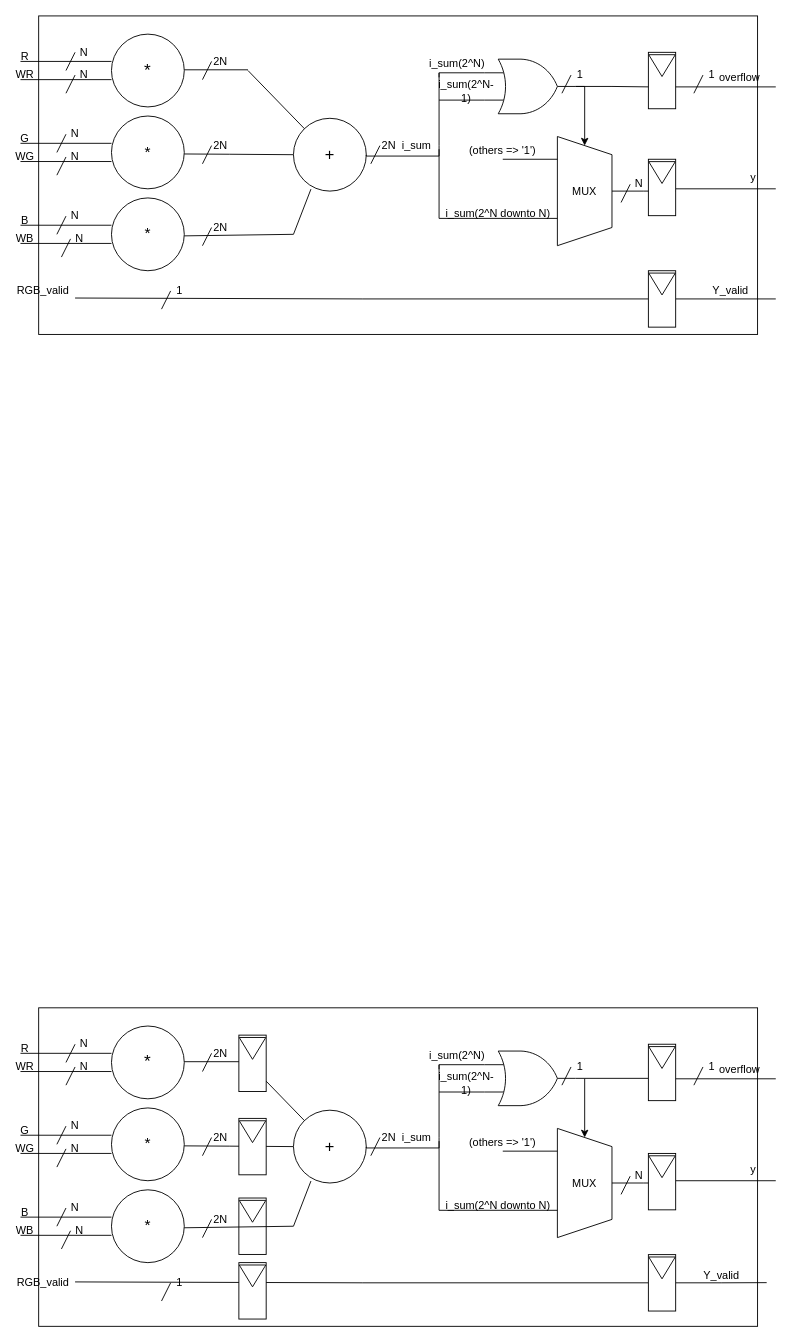
Earlier version of the draw.io diagram Oblig9/IN3160-oblig9-datapath-pipelined.drawio (jrundht/IN3160). Source tidied: cells renumbered, new cells numbered last; positions are measured from the earlier drawing's top-left corner, leaving out a move shared by most shapes. Both pictures are drawn from the tidied source at 91%, with x=0, y=0 at pixel (20, 15).
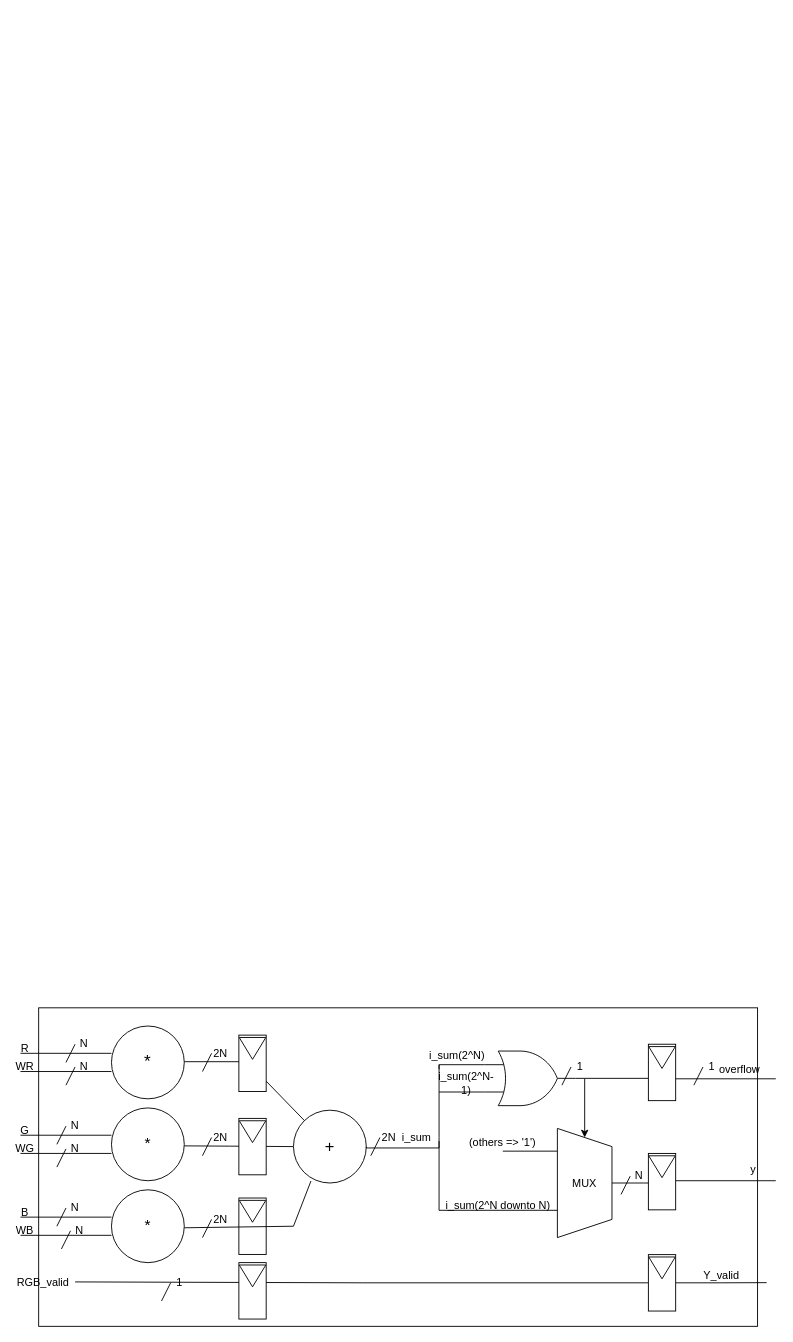
After the change.

Diff of the diagram source:
```diff
@@
-    <mxCell id="2" style="group;" parent="1" vertex="1">
-      <mxGeometry width="830" height="350" as="geometry" />
-    </mxCell>
-    <mxCell id="3" style="rounded=0;whiteSpace=wrap;html=1;" parent="2" vertex="1">
-      <mxGeometry x="20" width="790" height="350" as="geometry" />
-    </mxCell>
-    <mxCell id="4" style="group;" parent="2" vertex="1">
-      <mxGeometry x="690" y="280" width="30" height="62" as="geometry" />
-    </mxCell>
-    <mxCell id="5" style="edgeStyle=orthogonalEdgeStyle;rounded=0;jettySize=auto;html=1;exitX=1;exitY=0.5;exitDx=0;exitDy=0;endArrow=none;endFill=0;" parent="4" edge="1" source="7">
-      <mxGeometry relative="1" as="geometry">
-        <mxPoint x="140" y="31" as="targetPoint" />
-      </mxGeometry>
-    </mxCell>
-    <mxCell id="6" style="edgeStyle=orthogonalEdgeStyle;rounded=0;jettySize=auto;html=1;exitX=0;exitY=0.5;exitDx=0;exitDy=0;endArrow=none;endFill=0;" parent="4" edge="1" source="7">
-      <mxGeometry relative="1" as="geometry">
-        <mxPoint x="-630" y="30" as="targetPoint" />
-      </mxGeometry>
-    </mxCell>
-    <mxCell id="7" style="rounded=0;whiteSpace=wrap;html=1;" parent="4" vertex="1">
-      <mxGeometry width="30" height="62" as="geometry" />
-    </mxCell>
-    <mxCell id="8" style="triangle;whiteSpace=wrap;html=1;rotation=90;" parent="4" vertex="1">
-      <mxGeometry x="3" width="24" height="29.2" as="geometry" />
-    </mxCell>
-    <mxCell id="9" value="RGB_valid" style="text;html=1;align=center;verticalAlign=middle;whiteSpace=wrap;rounded=0;" parent="2" vertex="1">
-      <mxGeometry x="20" y="297.2" width="10" height="10" as="geometry" />
-    </mxCell>
-    <mxCell id="10" value="Y_valid" style="text;html=1;align=center;verticalAlign=middle;strokeColor=none;fillColor=none;" parent="2" vertex="1">
-      <mxGeometry x="750" y="287.2" width="60" height="30" as="geometry" />
-    </mxCell>
-    <mxCell id="11" style="endArrow=none;html=1;rounded=0;" parent="2" edge="1">
-      <mxGeometry relative="1" as="geometry">
-        <mxPoint y="50" as="sourcePoint" />
-        <mxPoint x="100" y="50" as="targetPoint" />
-      </mxGeometry>
-    </mxCell>
-    <mxCell id="12" style="endArrow=none;html=1;rounded=0;" parent="2" edge="1">
-      <mxGeometry relative="1" as="geometry">
-        <mxPoint y="70" as="sourcePoint" />
-        <mxPoint x="100" y="70" as="targetPoint" />
-      </mxGeometry>
-    </mxCell>
-    <mxCell id="13" style="endArrow=none;html=1;rounded=0;" parent="2" edge="1">
-      <mxGeometry relative="1" as="geometry">
-        <mxPoint y="140" as="sourcePoint" />
-        <mxPoint x="100" y="140" as="targetPoint" />
-      </mxGeometry>
-    </mxCell>
-    <mxCell id="14" style="endArrow=none;html=1;rounded=0;" parent="2" edge="1">
-      <mxGeometry relative="1" as="geometry">
-        <mxPoint y="160" as="sourcePoint" />
-        <mxPoint x="100" y="160" as="targetPoint" />
-      </mxGeometry>
-    </mxCell>
-    <mxCell id="15" style="endArrow=none;html=1;rounded=0;" parent="2" edge="1">
-      <mxGeometry relative="1" as="geometry">
-        <mxPoint y="230" as="sourcePoint" />
-        <mxPoint x="100" y="230" as="targetPoint" />
-      </mxGeometry>
-    </mxCell>
-    <mxCell id="16" style="endArrow=none;html=1;rounded=0;" parent="2" edge="1">
-      <mxGeometry relative="1" as="geometry">
-        <mxPoint y="250" as="sourcePoint" />
-        <mxPoint x="100" y="250" as="targetPoint" />
-      </mxGeometry>
-    </mxCell>
-    <mxCell id="17" value="R" style="text;html=1;align=center;verticalAlign=middle;whiteSpace=wrap;rounded=0;" parent="2" vertex="1">
-      <mxGeometry y="40" width="10" height="10" as="geometry" />
-    </mxCell>
-    <mxCell id="18" value="G" style="text;html=1;align=center;verticalAlign=middle;whiteSpace=wrap;rounded=0;" parent="2" vertex="1">
-      <mxGeometry y="130" width="10" height="10" as="geometry" />
-    </mxCell>
-    <mxCell id="19" value="WR" style="text;html=1;align=center;verticalAlign=middle;whiteSpace=wrap;rounded=0;" parent="2" vertex="1">
-      <mxGeometry y="60" width="10" height="10" as="geometry" />
-    </mxCell>
-    <mxCell id="20" value="WG" style="text;html=1;align=center;verticalAlign=middle;whiteSpace=wrap;rounded=0;" parent="2" vertex="1">
-      <mxGeometry y="150" width="10" height="10" as="geometry" />
-    </mxCell>
-    <mxCell id="21" value="&lt;div&gt;B&lt;/div&gt;" style="text;html=1;align=center;verticalAlign=middle;whiteSpace=wrap;rounded=0;" parent="2" vertex="1">
-      <mxGeometry y="220" width="10" height="10" as="geometry" />
-    </mxCell>
-    <mxCell id="22" value="WB" style="text;html=1;align=center;verticalAlign=middle;whiteSpace=wrap;rounded=0;" parent="2" vertex="1">
-      <mxGeometry y="240" width="10" height="10" as="geometry" />
-    </mxCell>
-    <mxCell id="23" value="&lt;font style=&quot;font-size: 19px;&quot;&gt;*&lt;/font&gt;" style="ellipse;whiteSpace=wrap;html=1;" parent="2" vertex="1">
-      <mxGeometry x="100" y="20" width="80" height="80" as="geometry" />
-    </mxCell>
-    <mxCell id="24" value="&lt;font style=&quot;font-size: 17px;&quot;&gt;*&lt;/font&gt;" style="ellipse;whiteSpace=wrap;html=1;" parent="2" vertex="1">
-      <mxGeometry x="100" y="110" width="80" height="80" as="geometry" />
-    </mxCell>
-    <mxCell id="25" value="&lt;font style=&quot;font-size: 17px;&quot;&gt;*&lt;/font&gt;" style="ellipse;whiteSpace=wrap;html=1;" parent="2" vertex="1">
-      <mxGeometry x="100" y="200" width="80" height="80" as="geometry" />
-    </mxCell>
-    <mxCell id="26" style="endArrow=none;html=1;rounded=0;" parent="2" edge="1">
-      <mxGeometry relative="1" as="geometry">
-        <mxPoint x="50" y="60" as="sourcePoint" />
-        <mxPoint x="60" y="40" as="targetPoint" />
-      </mxGeometry>
-    </mxCell>
-    <mxCell id="27" value="N" style="text;html=1;align=center;verticalAlign=middle;whiteSpace=wrap;rounded=0;" parent="2" vertex="1">
-      <mxGeometry x="60" y="35" width="20" height="10" as="geometry" />
-    </mxCell>
-    <mxCell id="28" style="endArrow=none;html=1;rounded=0;" parent="2" edge="1">
-      <mxGeometry relative="1" as="geometry">
-        <mxPoint x="50" y="85" as="sourcePoint" />
-        <mxPoint x="60" y="65" as="targetPoint" />
-      </mxGeometry>
-    </mxCell>
-    <mxCell id="29" value="N" style="text;html=1;align=center;verticalAlign=middle;whiteSpace=wrap;rounded=0;" parent="2" vertex="1">
-      <mxGeometry x="60" y="60" width="20" height="10" as="geometry" />
-    </mxCell>
-    <mxCell id="30" style="endArrow=none;html=1;rounded=0;" parent="2" edge="1">
-      <mxGeometry relative="1" as="geometry">
-        <mxPoint x="40" y="150" as="sourcePoint" />
-        <mxPoint x="50" y="130" as="targetPoint" />
-      </mxGeometry>
-    </mxCell>
-    <mxCell id="31" value="N" style="text;html=1;align=center;verticalAlign=middle;whiteSpace=wrap;rounded=0;" parent="2" vertex="1">
-      <mxGeometry x="50" y="125" width="20" height="10" as="geometry" />
-    </mxCell>
-    <mxCell id="32" style="endArrow=none;html=1;rounded=0;" parent="2" edge="1">
-      <mxGeometry relative="1" as="geometry">
-        <mxPoint x="40" y="175" as="sourcePoint" />
-        <mxPoint x="50" y="155" as="targetPoint" />
-      </mxGeometry>
-    </mxCell>
-    <mxCell id="33" value="N" style="text;html=1;align=center;verticalAlign=middle;whiteSpace=wrap;rounded=0;" parent="2" vertex="1">
-      <mxGeometry x="50" y="150" width="20" height="10" as="geometry" />
-    </mxCell>
-    <mxCell id="34" style="endArrow=none;html=1;rounded=0;" parent="2" edge="1">
-      <mxGeometry relative="1" as="geometry">
-        <mxPoint x="40" y="240" as="sourcePoint" />
-        <mxPoint x="50" y="220" as="targetPoint" />
-      </mxGeometry>
-    </mxCell>
-    <mxCell id="35" value="N" style="text;html=1;align=center;verticalAlign=middle;whiteSpace=wrap;rounded=0;" parent="2" vertex="1">
-      <mxGeometry x="50" y="215" width="20" height="10" as="geometry" />
-    </mxCell>
-    <mxCell id="36" style="endArrow=none;html=1;rounded=0;" parent="2" edge="1">
-      <mxGeometry relative="1" as="geometry">
-        <mxPoint x="45" y="265" as="sourcePoint" />
-        <mxPoint x="55" y="245" as="targetPoint" />
-      </mxGeometry>
-    </mxCell>
-    <mxCell id="37" value="N" style="text;html=1;align=center;verticalAlign=middle;whiteSpace=wrap;rounded=0;" parent="2" vertex="1">
-      <mxGeometry x="55" y="240" width="20" height="10" as="geometry" />
-    </mxCell>
-    <mxCell id="38" style="endArrow=none;html=1;rounded=0;" parent="2" edge="1">
-      <mxGeometry relative="1" as="geometry">
-        <mxPoint x="180" y="59.2" as="sourcePoint" />
-        <mxPoint x="250" y="59.2" as="targetPoint" />
-      </mxGeometry>
-    </mxCell>
-    <mxCell id="39" style="endArrow=none;html=1;rounded=0;" parent="2" edge="1">
-      <mxGeometry relative="1" as="geometry">
-        <mxPoint x="200" y="70" as="sourcePoint" />
-        <mxPoint x="210" y="50" as="targetPoint" />
-      </mxGeometry>
-    </mxCell>
-    <mxCell id="40" value="2N" style="text;html=1;align=center;verticalAlign=middle;whiteSpace=wrap;rounded=0;" parent="2" vertex="1">
-      <mxGeometry x="210" y="45" width="20" height="10" as="geometry" />
-    </mxCell>
-    <mxCell id="41" style="endArrow=none;html=1;rounded=0;entryX=0;entryY=0.5;entryDx=0;entryDy=0;" parent="2" edge="1" target="47">
-      <mxGeometry relative="1" as="geometry">
-        <mxPoint x="180" y="151.7" as="sourcePoint" />
-        <Array as="points">
-          <mxPoint x="230" y="152" />
-        </Array>
-      </mxGeometry>
-    </mxCell>
-    <mxCell id="42" style="endArrow=none;html=1;rounded=0;" parent="2" edge="1">
-      <mxGeometry relative="1" as="geometry">
-        <mxPoint x="200" y="162.5" as="sourcePoint" />
-        <mxPoint x="210" y="142.5" as="targetPoint" />
-      </mxGeometry>
-    </mxCell>
-    <mxCell id="43" value="2N" style="text;html=1;align=center;verticalAlign=middle;whiteSpace=wrap;rounded=0;" parent="2" vertex="1">
-      <mxGeometry x="210" y="137.5" width="20" height="10" as="geometry" />
-    </mxCell>
-    <mxCell id="44" style="endArrow=none;html=1;rounded=0;" parent="2" edge="1">
-      <mxGeometry relative="1" as="geometry">
-        <mxPoint x="180" y="241.7" as="sourcePoint" />
-        <mxPoint x="300" y="240" as="targetPoint" />
-      </mxGeometry>
-    </mxCell>
-    <mxCell id="45" style="endArrow=none;html=1;rounded=0;" parent="2" edge="1">
-      <mxGeometry relative="1" as="geometry">
-        <mxPoint x="200" y="252.5" as="sourcePoint" />
-        <mxPoint x="210" y="232.5" as="targetPoint" />
-      </mxGeometry>
-    </mxCell>
-    <mxCell id="46" value="2N" style="text;html=1;align=center;verticalAlign=middle;whiteSpace=wrap;rounded=0;" parent="2" vertex="1">
-      <mxGeometry x="210" y="227.5" width="20" height="10" as="geometry" />
-    </mxCell>
-    <mxCell id="47" value="&lt;font style=&quot;font-size: 18px;&quot;&gt;+&lt;/font&gt;" style="ellipse;whiteSpace=wrap;html=1;" parent="2" vertex="1">
-      <mxGeometry x="300" y="112.5" width="80" height="80" as="geometry" />
-    </mxCell>
-    <mxCell id="48" style="endArrow=none;html=1;rounded=0;" parent="2" edge="1" source="47">
-      <mxGeometry relative="1" as="geometry">
-        <mxPoint x="250" y="60" as="targetPoint" />
-      </mxGeometry>
-    </mxCell>
-    <mxCell id="49" style="endArrow=none;html=1;rounded=0;" parent="2" edge="1">
-      <mxGeometry relative="1" as="geometry">
-        <mxPoint x="385" y="162.5" as="sourcePoint" />
-        <mxPoint x="395" y="142.5" as="targetPoint" />
-      </mxGeometry>
-    </mxCell>
-    <mxCell id="50" value="2N" style="text;html=1;align=center;verticalAlign=middle;whiteSpace=wrap;rounded=0;" parent="2" vertex="1">
-      <mxGeometry x="395" y="137.5" width="20" height="10" as="geometry" />
-    </mxCell>
-    <mxCell id="51" style="edgeStyle=orthogonalEdgeStyle;rounded=0;jettySize=auto;html=1;exitX=0;exitY=0.25;exitDx=0;exitDy=0;exitPerimeter=0;endArrow=none;endFill=0;" parent="2" edge="1" source="55">
-      <mxGeometry relative="1" as="geometry">
-        <mxPoint x="460" y="67.5" as="targetPoint" />
-        <Array as="points">
-          <mxPoint x="460" y="62.5" />
-        </Array>
-      </mxGeometry>
-    </mxCell>
-    <mxCell id="52" style="edgeStyle=orthogonalEdgeStyle;rounded=0;jettySize=auto;html=1;exitX=0;exitY=0.75;exitDx=0;exitDy=0;exitPerimeter=0;endArrow=none;endFill=0;" parent="2" edge="1" source="55">
-      <mxGeometry relative="1" as="geometry">
-        <mxPoint x="460" y="92.5" as="targetPoint" />
-      </mxGeometry>
-    </mxCell>
-    <mxCell id="53" style="edgeStyle=orthogonalEdgeStyle;rounded=0;jettySize=auto;html=1;entryX=0;entryY=0.5;entryDx=0;entryDy=0;exitX=1;exitY=0.5;exitDx=0;exitDy=0;exitPerimeter=0;" parent="2" edge="1" source="55" target="61">
-      <mxGeometry relative="1" as="geometry">
-        <Array as="points">
-          <mxPoint x="620" y="77.5" />
-        </Array>
-      </mxGeometry>
-    </mxCell>
-    <mxCell id="54" style="edgeStyle=orthogonalEdgeStyle;rounded=0;jettySize=auto;html=1;endArrow=none;endFill=0;entryX=0.057;entryY=0.65;entryDx=0;entryDy=0;entryPerimeter=0;" parent="2" edge="1" source="55" target="87">
-      <mxGeometry relative="1" as="geometry">
-        <Array as="points">
-          <mxPoint x="650" y="78" />
-          <mxPoint x="692" y="78" />
-        </Array>
-      </mxGeometry>
-    </mxCell>
-    <mxCell id="55" style="verticalLabelPosition=bottom;shadow=0;dashed=0;align=center;html=1;verticalAlign=top;shape=mxgraph.electrical.logic_gates.logic_gate;operation=or;" parent="2" vertex="1">
-      <mxGeometry x="510" y="47.5" width="100" height="60" as="geometry" />
-    </mxCell>
-    <mxCell id="56" style="endArrow=none;html=1;rounded=0;" parent="2" edge="1">
-      <mxGeometry relative="1" as="geometry">
-        <mxPoint x="460" y="142.5" as="sourcePoint" />
-        <mxPoint x="460" y="62.5" as="targetPoint" />
-      </mxGeometry>
-    </mxCell>
-    <mxCell id="57" value="&lt;div&gt;i_sum(2^N)&lt;/div&gt;" style="text;html=1;align=center;verticalAlign=middle;whiteSpace=wrap;rounded=0;" parent="2" vertex="1">
-      <mxGeometry x="475" y="47.5" width="10" height="10" as="geometry" />
-    </mxCell>
-    <mxCell id="58" value="&lt;div&gt;i_sum(2^N-1)&lt;/div&gt;" style="text;html=1;align=center;verticalAlign=middle;whiteSpace=wrap;rounded=0;" parent="2" vertex="1">
-      <mxGeometry x="485" y="77.5" width="10" height="10" as="geometry" />
-    </mxCell>
-    <mxCell id="59" style="endArrow=none;html=1;rounded=0;" parent="2" edge="1">
-      <mxGeometry relative="1" as="geometry">
-        <mxPoint x="460" y="222.5" as="sourcePoint" />
-        <mxPoint x="460" y="142.5" as="targetPoint" />
-      </mxGeometry>
-    </mxCell>
-    <mxCell id="60" style="group;" parent="2" vertex="1">
-      <mxGeometry x="590" y="132.5" width="60" height="120" as="geometry" />
-    </mxCell>
-    <mxCell id="61" style="shape=trapezoid;perimeter=trapezoidPerimeter;whiteSpace=wrap;html=1;fixedSize=1;rotation=90;" parent="60" vertex="1">
-      <mxGeometry x="-30" y="30" width="120" height="60" as="geometry" />
-    </mxCell>
-    <mxCell id="62" value="MUX" style="text;html=1;align=center;verticalAlign=middle;whiteSpace=wrap;rounded=0;" parent="60" vertex="1">
-      <mxGeometry y="45" width="60" height="30" as="geometry" />
-    </mxCell>
-    <mxCell id="63" style="endArrow=none;html=1;rounded=0;" parent="2" edge="1">
-      <mxGeometry relative="1" as="geometry">
-        <mxPoint x="460" y="222.5" as="sourcePoint" />
-        <mxPoint x="590" y="222.5" as="targetPoint" />
-      </mxGeometry>
-    </mxCell>
-    <mxCell id="64" value="&lt;div&gt;i_sum(2^N downto N)&lt;/div&gt;" style="text;html=1;align=center;verticalAlign=middle;whiteSpace=wrap;rounded=0;" parent="2" vertex="1">
-      <mxGeometry x="460" y="212.5" width="130" height="10" as="geometry" />
-    </mxCell>
-    <mxCell id="65" value="(others =&amp;gt; '1')" style="text;html=1;align=center;verticalAlign=middle;whiteSpace=wrap;rounded=0;" parent="2" vertex="1">
-      <mxGeometry x="490" y="132.5" width="80" height="30" as="geometry" />
-    </mxCell>
-    <mxCell id="66" style="endArrow=none;html=1;rounded=0;" parent="2" edge="1">
-      <mxGeometry relative="1" as="geometry">
-        <mxPoint x="530" y="157.5" as="sourcePoint" />
-        <mxPoint x="590" y="157.5" as="targetPoint" />
-      </mxGeometry>
-    </mxCell>
-    <mxCell id="67" style="edgeStyle=orthogonalEdgeStyle;rounded=0;jettySize=auto;html=1;endArrow=none;endFill=0;exitX=0.944;exitY=0.637;exitDx=0;exitDy=0;exitPerimeter=0;" parent="2" edge="1" source="87">
-      <mxGeometry relative="1" as="geometry">
-        <mxPoint x="830" y="78" as="targetPoint" />
-        <Array as="points">
-          <mxPoint x="708" y="78" />
-        </Array>
-      </mxGeometry>
-    </mxCell>
-    <mxCell id="68" style="endArrow=none;html=1;rounded=0;" parent="2" edge="1">
-      <mxGeometry relative="1" as="geometry">
-        <mxPoint x="595" y="85" as="sourcePoint" />
-        <mxPoint x="605" y="65" as="targetPoint" />
-      </mxGeometry>
-    </mxCell>
-    <mxCell id="69" value="1" style="text;html=1;align=center;verticalAlign=middle;whiteSpace=wrap;rounded=0;" parent="2" vertex="1">
-      <mxGeometry x="605" y="60" width="20" height="10" as="geometry" />
-    </mxCell>
-    <mxCell id="70" style="endArrow=none;html=1;rounded=0;" parent="2" edge="1">
-      <mxGeometry relative="1" as="geometry">
-        <mxPoint x="740" y="85" as="sourcePoint" />
-        <mxPoint x="750" y="65" as="targetPoint" />
-      </mxGeometry>
-    </mxCell>
-    <mxCell id="71" value="1" style="text;html=1;align=center;verticalAlign=middle;whiteSpace=wrap;rounded=0;" parent="2" vertex="1">
-      <mxGeometry x="750" y="60" width="20" height="10" as="geometry" />
-    </mxCell>
-    <mxCell id="72" value="overflow" style="text;html=1;align=center;verticalAlign=middle;strokeColor=none;fillColor=none;" parent="2" vertex="1">
-      <mxGeometry x="755" y="53" width="70" height="30" as="geometry" />
-    </mxCell>
-    <mxCell id="73" style="endArrow=none;html=1;rounded=0;" parent="2" edge="1">
-      <mxGeometry relative="1" as="geometry">
-        <mxPoint x="660" y="205" as="sourcePoint" />
-        <mxPoint x="670" y="185" as="targetPoint" />
-      </mxGeometry>
-    </mxCell>
-    <mxCell id="74" value="N" style="text;html=1;align=center;verticalAlign=middle;whiteSpace=wrap;rounded=0;" parent="2" vertex="1">
-      <mxGeometry x="670" y="180" width="20" height="10" as="geometry" />
-    </mxCell>
-    <mxCell id="75" style="edgeStyle=orthogonalEdgeStyle;rounded=0;jettySize=auto;html=1;endArrow=none;endFill=0;" parent="2" edge="1" source="84">
-      <mxGeometry relative="1" as="geometry">
-        <mxPoint x="830" y="190" as="targetPoint" />
-        <Array as="points">
-          <mxPoint x="830" y="190" />
-        </Array>
-      </mxGeometry>
-    </mxCell>
-    <mxCell id="76" value="y" style="text;html=1;align=center;verticalAlign=middle;strokeColor=none;fillColor=none;" parent="2" vertex="1">
-      <mxGeometry x="790" y="162.5" width="30" height="30" as="geometry" />
-    </mxCell>
-    <mxCell id="77" style="edgeStyle=orthogonalEdgeStyle;rounded=0;jettySize=auto;html=1;entryX=0;entryY=0.5;entryDx=0;entryDy=0;endArrow=none;endFill=0;" parent="2" edge="1" source="62">
-      <mxGeometry relative="1" as="geometry">
-        <mxPoint x="720" y="192.5" as="targetPoint" />
-      </mxGeometry>
-    </mxCell>
-    <mxCell id="78" style="edgeStyle=orthogonalEdgeStyle;rounded=0;jettySize=auto;html=1;endArrow=none;endFill=0;exitX=1;exitY=0.5;exitDx=0;exitDy=0;" parent="2" edge="1" source="47">
-      <mxGeometry relative="1" as="geometry">
-        <mxPoint x="460" y="146.5" as="targetPoint" />
-        <Array as="points">
-          <mxPoint x="380" y="154" />
-          <mxPoint x="460" y="154" />
-        </Array>
-      </mxGeometry>
-    </mxCell>
-    <mxCell id="79" value="i_sum" style="text;html=1;align=center;verticalAlign=middle;strokeColor=none;fillColor=none;" parent="2" vertex="1">
-      <mxGeometry x="405" y="127.5" width="60" height="30" as="geometry" />
-    </mxCell>
-    <mxCell id="80" value="1" style="text;html=1;align=center;verticalAlign=middle;whiteSpace=wrap;rounded=0;" parent="2" vertex="1">
-      <mxGeometry x="165" y="297.2" width="20" height="10" as="geometry" />
-    </mxCell>
-    <mxCell id="81" style="endArrow=none;html=1;rounded=0;" parent="2" edge="1">
-      <mxGeometry relative="1" as="geometry">
-        <mxPoint x="155" y="322.2" as="sourcePoint" />
-        <mxPoint x="165" y="302.2" as="targetPoint" />
-      </mxGeometry>
-    </mxCell>
-    <mxCell id="82" style="endArrow=none;html=1;rounded=0;entryX=0.24;entryY=0.973;entryDx=0;entryDy=0;entryPerimeter=0;" parent="2" edge="1" target="47">
-      <mxGeometry relative="1" as="geometry">
-        <mxPoint x="300" y="240" as="sourcePoint" />
-      </mxGeometry>
-    </mxCell>
-    <mxCell id="83" style="group;" parent="2" vertex="1">
-      <mxGeometry x="690" y="157.5" width="30" height="62" as="geometry" />
-    </mxCell>
-    <mxCell id="84" style="rounded=0;whiteSpace=wrap;html=1;" parent="83" vertex="1">
-      <mxGeometry width="30" height="62" as="geometry" />
-    </mxCell>
-    <mxCell id="85" style="triangle;whiteSpace=wrap;html=1;rotation=90;" parent="83" vertex="1">
-      <mxGeometry x="3" width="24" height="29.2" as="geometry" />
-    </mxCell>
-    <mxCell id="86" style="group;" parent="2" vertex="1">
-      <mxGeometry x="690" y="40" width="30" height="62" as="geometry" />
-    </mxCell>
-    <mxCell id="87" style="rounded=0;whiteSpace=wrap;html=1;" parent="86" vertex="1">
-      <mxGeometry width="30" height="62" as="geometry" />
-    </mxCell>
-    <mxCell id="88" style="triangle;whiteSpace=wrap;html=1;rotation=90;" parent="86" vertex="1">
-      <mxGeometry x="3" width="24" height="29.2" as="geometry" />
-    </mxCell>
```
